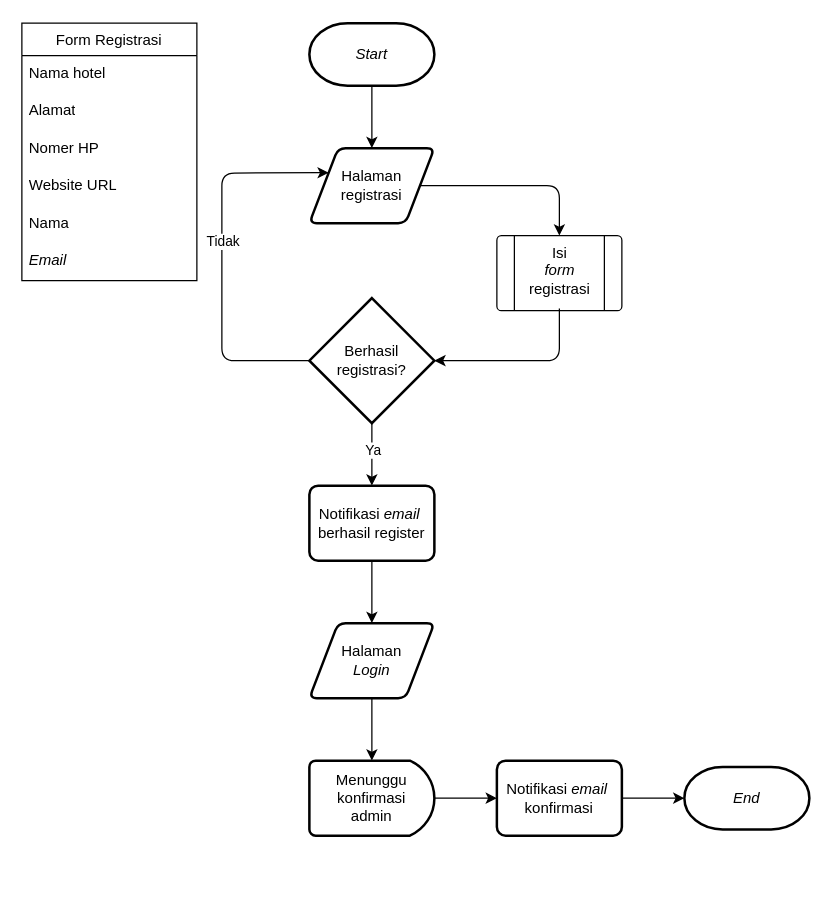
Above: page "flowchart-register-organizer" (3 of 8) of diagram/diagram.drawio in Hans-Star18/ta-booking-system (draw.io), before the change. Source tidied: cells renumbered, new cells numbered last; positions are measured from the earlier drawing's top-left corner, leaving out a move shared by most shapes. Both pictures are drawn from the tidied source at 125%, with x=0, y=0 at pixel (21, 22).
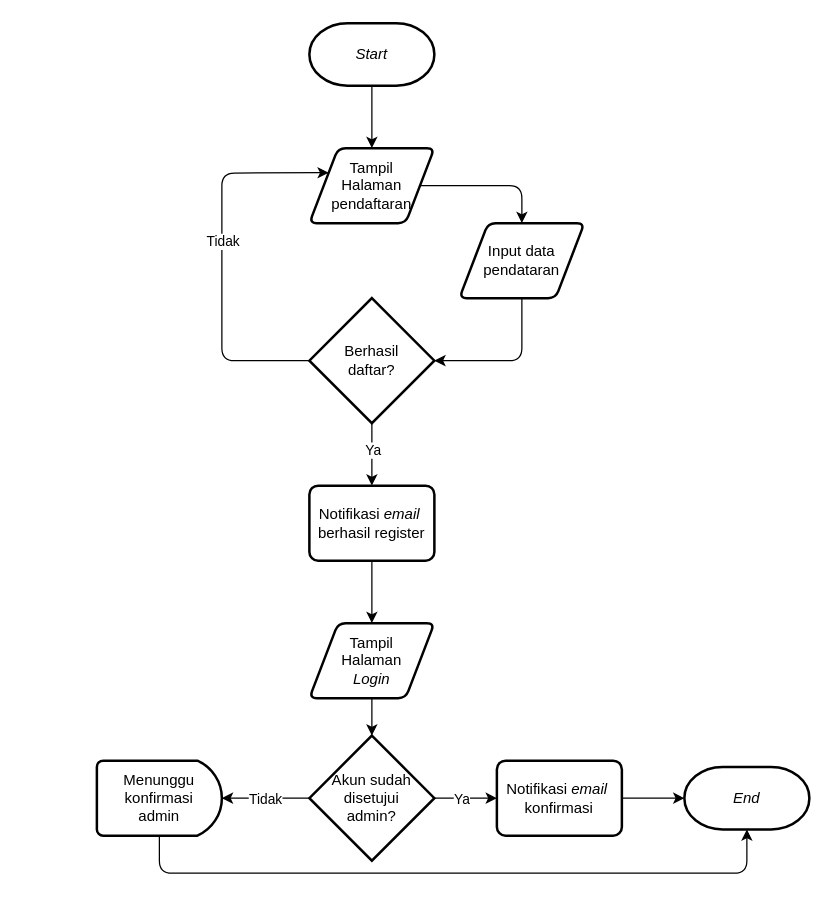
After the change.

Unchanged cells that the change refers to:
```xml
<mxCell id="15" value="&lt;i&gt;End&lt;/i&gt;" style="strokeWidth=2;html=1;shape=mxgraph.flowchart.terminator;whiteSpace=wrap;" parent="1" vertex="1">
  <mxGeometry x="530" y="595" width="100" height="50" as="geometry" />
</mxCell>
<mxCell id="29" value="Notifikasi &lt;i&gt;email&amp;nbsp;&lt;/i&gt;&lt;div&gt;konfirmasi&lt;/div&gt;" style="rounded=1;whiteSpace=wrap;html=1;absoluteArcSize=1;arcSize=14;strokeWidth=2;" parent="1" vertex="1">
  <mxGeometry x="380" y="590" width="100" height="60" as="geometry" />
</mxCell>
```

Change to the diagram source:
```diff
@@
-    <mxCell id="4" style="edgeStyle=none;html=1;entryX=0.5;entryY=0;entryDx=0;entryDy=0;" parent="1" edge="1" source="5" target="17">
+    <mxCell id="4" style="edgeStyle=none;html=1;entryX=0.5;entryY=0;entryDx=0;entryDy=0;" parent="1" edge="1" source="5" target="31">
       <mxGeometry relative="1" as="geometry">
         <Array as="points">
-          <mxPoint x="430" y="130" />
+          <mxPoint x="400" y="130" />
         </Array>
       </mxGeometry>
     </mxCell>
-    <mxCell id="5" value="Halaman&lt;div&gt;registrasi&lt;/div&gt;" style="shape=parallelogram;html=1;strokeWidth=2;perimeter=parallelogramPerimeter;whiteSpace=wrap;rounded=1;arcSize=12;size=0.23;" parent="1" vertex="1">
+    <mxCell id="5" value="Tampil&lt;div&gt;Halaman&lt;div&gt;pendaftaran&lt;/div&gt;&lt;/div&gt;" style="shape=parallelogram;html=1;strokeWidth=2;perimeter=parallelogramPerimeter;whiteSpace=wrap;rounded=1;arcSize=12;size=0.23;" parent="1" vertex="1">
       <mxGeometry x="230" y="100" width="100" height="60" as="geometry" />
     </mxCell>
@@
-    <mxCell id="10" value="Berhasil&lt;div&gt;registrasi?&lt;/div&gt;" style="strokeWidth=2;html=1;shape=mxgraph.flowchart.decision;whiteSpace=wrap;" parent="1" vertex="1">
+    <mxCell id="10" value="Berhasil&lt;div&gt;daftar?&lt;/div&gt;" style="strokeWidth=2;html=1;shape=mxgraph.flowchart.decision;whiteSpace=wrap;" parent="1" vertex="1">
       <mxGeometry x="230" y="220" width="100" height="100" as="geometry" />
     </mxCell>
-    <mxCell id="11" value="Halaman&lt;div&gt;&lt;i&gt;Login&lt;/i&gt;&lt;/div&gt;" style="shape=parallelogram;html=1;strokeWidth=2;perimeter=parallelogramPerimeter;whiteSpace=wrap;rounded=1;arcSize=12;size=0.23;" parent="1" vertex="1">
+    <mxCell id="11" value="Tampil&lt;div&gt;Halaman&lt;div&gt;&lt;i&gt;Login&lt;/i&gt;&lt;/div&gt;&lt;/div&gt;" style="shape=parallelogram;html=1;strokeWidth=2;perimeter=parallelogramPerimeter;whiteSpace=wrap;rounded=1;arcSize=12;size=0.23;" parent="1" vertex="1">
       <mxGeometry x="230" y="480" width="100" height="60" as="geometry" />
     </mxCell>
-    <mxCell id="12" style="edgeStyle=none;html=1;entryX=0;entryY=0.5;entryDx=0;entryDy=0;" parent="1" edge="1" source="13" target="29">
-      <mxGeometry relative="1" as="geometry" />
-    </mxCell>
     <mxCell id="13" value="Menunggu&lt;div&gt;konfirmasi&lt;/div&gt;&lt;div&gt;admin&lt;/div&gt;" style="strokeWidth=2;html=1;shape=mxgraph.flowchart.delay;whiteSpace=wrap;" parent="1" vertex="1">
-      <mxGeometry x="230" y="590" width="100" height="60" as="geometry" />
+      <mxGeometry x="60" y="590" width="100" height="60" as="geometry" />
     </mxCell>
-    <mxCell id="14" style="edgeStyle=none;html=1;entryX=0.5;entryY=0;entryDx=0;entryDy=0;entryPerimeter=0;" parent="1" edge="1" source="11" target="13">
-      <mxGeometry relative="1" as="geometry" />
-    </mxCell>
@@
-    <mxCell id="16" style="group;" parent="1" vertex="1">
-      <mxGeometry x="380" y="170" width="100" height="60" as="geometry" />
-    </mxCell>
-    <mxCell id="17" style="verticalLabelPosition=bottom;verticalAlign=top;html=1;shape=process;whiteSpace=wrap;rounded=1;size=0.14;arcSize=6;" parent="16" vertex="1">
-      <mxGeometry width="100" height="60" as="geometry" />
-    </mxCell>
-    <mxCell id="18" value="Isi&lt;div&gt;&lt;i&gt;form&lt;/i&gt;&lt;/div&gt;&lt;div&gt;registrasi&lt;/div&gt;" style="text;html=1;align=center;verticalAlign=middle;points=[];strokeColor=none;fillColor=none;" parent="16" vertex="1">
-      <mxGeometry x="15" y="-1.7" width="70" height="60" as="geometry" />
-    </mxCell>
-    <mxCell id="19" style="edgeStyle=none;html=1;entryX=1;entryY=0.5;entryDx=0;entryDy=0;entryPerimeter=0;" parent="1" edge="1" source="18" target="10">
+    <mxCell id="19" style="edgeStyle=none;html=1;entryX=1;entryY=0.5;entryDx=0;entryDy=0;entryPerimeter=0;exitX=0.5;exitY=1;exitDx=0;exitDy=0;" parent="1" edge="1" source="31" target="10">
       <mxGeometry relative="1" as="geometry">
         <Array as="points">
-          <mxPoint x="430" y="270" />
+          <mxPoint x="400" y="270" />
         </Array>
       </mxGeometry>
     </mxCell>
-    <mxCell id="20" value="Form Registrasi" style="swimlane;fontStyle=0;horizontal=1;startSize=26;align=center;fontSize=12;" parent="1" vertex="1">
-      <mxGeometry width="140" height="206" as="geometry" />
-    </mxCell>
-    <mxCell id="21" value="Nama hotel" style="text;strokeColor=none;fillColor=none;spacingLeft=4;spacingRight=4;overflow=hidden;fontSize=12;whiteSpace=wrap;html=1;" parent="20" vertex="1">
-      <mxGeometry y="26" width="140" height="30" as="geometry" />
-    </mxCell>
-    <mxCell id="22" value="Alamat" style="text;strokeColor=none;fillColor=none;spacingLeft=4;spacingRight=4;overflow=hidden;fontSize=12;whiteSpace=wrap;html=1;" parent="20" vertex="1">
-      <mxGeometry y="56" width="140" height="30" as="geometry" />
-    </mxCell>
-    <mxCell id="23" value="Nomer HP" style="text;strokeColor=none;fillColor=none;spacingLeft=4;spacingRight=4;overflow=hidden;fontSize=12;whiteSpace=wrap;html=1;" parent="20" vertex="1">
-      <mxGeometry y="86" width="140" height="30" as="geometry" />
-    </mxCell>
-    <mxCell id="24" value="Website URL" style="text;strokeColor=none;fillColor=none;spacingLeft=4;spacingRight=4;overflow=hidden;fontSize=12;whiteSpace=wrap;html=1;" parent="20" vertex="1">
-      <mxGeometry y="116" width="140" height="30" as="geometry" />
-    </mxCell>
-    <mxCell id="25" value="Nama" style="text;strokeColor=none;fillColor=none;spacingLeft=4;spacingRight=4;overflow=hidden;fontSize=12;whiteSpace=wrap;html=1;" parent="20" vertex="1">
-      <mxGeometry y="146" width="140" height="30" as="geometry" />
-    </mxCell>
-    <mxCell id="26" value="&lt;i&gt;Email&amp;nbsp;&lt;/i&gt;" style="text;strokeColor=none;fillColor=none;spacingLeft=4;spacingRight=4;overflow=hidden;fontSize=12;whiteSpace=wrap;html=1;" parent="20" vertex="1">
-      <mxGeometry y="176" width="140" height="30" as="geometry" />
-    </mxCell>
@@
+    <mxCell id="31" value="Input data&lt;div&gt;pendataran&lt;/div&gt;" style="shape=parallelogram;html=1;strokeWidth=2;perimeter=parallelogramPerimeter;whiteSpace=wrap;rounded=1;arcSize=12;size=0.23;" parent="1" vertex="1">
+      <mxGeometry x="350" y="160" width="100" height="60" as="geometry" />
+    </mxCell>
+    <mxCell id="32" style="edgeStyle=none;html=1;entryX=0;entryY=0.5;entryDx=0;entryDy=0;" parent="1" edge="1" source="34" target="29">
+      <mxGeometry relative="1" as="geometry" />
+    </mxCell>
+    <mxCell id="33" value="Ya" style="edgeLabel;html=1;align=center;verticalAlign=middle;" parent="32" vertex="1">
+      <mxGeometry x="-0.08" y="-1" relative="1" as="geometry">
+        <mxPoint x="-2" y="-1" as="offset" />
+      </mxGeometry>
+    </mxCell>
+    <mxCell id="34" value="Akun sudah&lt;div&gt;disetujui&lt;/div&gt;&lt;div&gt;admin?&lt;/div&gt;" style="strokeWidth=2;html=1;shape=mxgraph.flowchart.decision;whiteSpace=wrap;" parent="1" vertex="1">
+      <mxGeometry x="230" y="570" width="100" height="100" as="geometry" />
+    </mxCell>
+    <mxCell id="35" style="edgeStyle=none;html=1;entryX=0.5;entryY=0;entryDx=0;entryDy=0;entryPerimeter=0;" parent="1" edge="1" source="11" target="34">
+      <mxGeometry relative="1" as="geometry" />
+    </mxCell>
+    <mxCell id="36" style="edgeStyle=none;html=1;entryX=1;entryY=0.5;entryDx=0;entryDy=0;entryPerimeter=0;" parent="1" edge="1" source="34" target="13">
+      <mxGeometry relative="1" as="geometry" />
+    </mxCell>
+    <mxCell id="37" value="Tidak" style="edgeLabel;html=1;align=center;verticalAlign=middle;" parent="36" vertex="1">
+      <mxGeometry x="0.03" relative="1" as="geometry" />
+    </mxCell>
+    <mxCell id="38" style="edgeStyle=none;html=1;entryX=0.5;entryY=1;entryDx=0;entryDy=0;entryPerimeter=0;" parent="1" edge="1" source="13" target="15">
+      <mxGeometry relative="1" as="geometry">
+        <Array as="points">
+          <mxPoint x="110" y="680" />
+          <mxPoint x="580" y="680" />
+        </Array>
+      </mxGeometry>
+    </mxCell>
```
